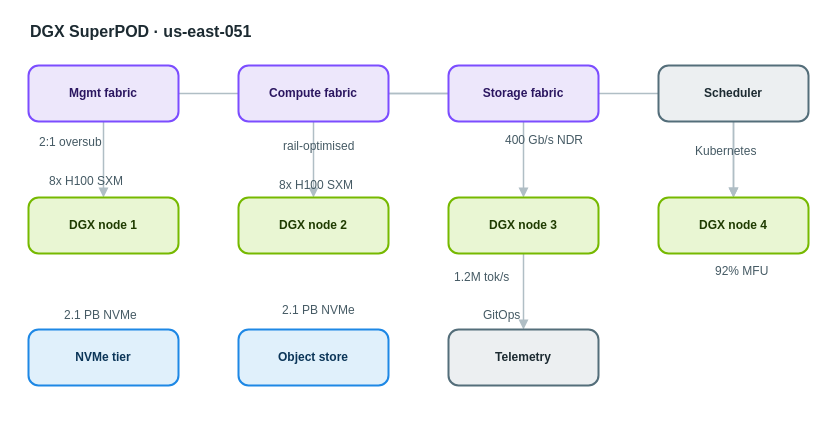
This is apps/web/public/samples/library/051-dgx-superpod.drawio from AryanG01/open-apprentice, a draw.io file, before an edit. Source tidied: cells renumbered, new cells numbered last; positions are measured from the earlier drawing's top-left corner, leaving out a move shared by most shapes. Both pictures are drawn from the tidied source at 100%, with x=0, y=0 at pixel (28, 17).
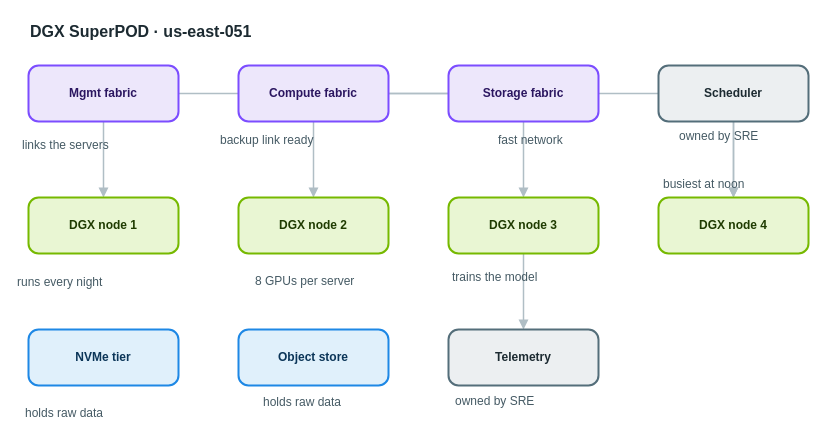
Above is the later version.

What changed in the source:
```diff
@@
-    <mxCell id="20" value="2:1 oversub" style="text;html=1;align=left;verticalAlign=top;whiteSpace=nowrap;spacing=0;spacingTop=0;strokeColor=none;fillColor=none;fontSize=12;fontColor=#455a64;" parent="1" vertex="1">
-      <mxGeometry x="11" y="113" width="89" height="20" as="geometry" />
+    <mxCell id="20" value="links the servers" style="text;html=1;align=left;verticalAlign=top;whiteSpace=nowrap;spacing=0;spacingTop=0;strokeColor=none;fillColor=none;fontSize=12;fontColor=#455a64;" parent="1" vertex="1">
+      <mxGeometry x="-6" y="116" width="131" height="20" as="geometry" />
     </mxCell>
-    <mxCell id="21" value="rail-optimised" style="text;html=1;align=left;verticalAlign=top;whiteSpace=nowrap;spacing=0;spacingTop=0;strokeColor=none;fillColor=none;fontSize=12;fontColor=#455a64;" parent="1" vertex="1">
-      <mxGeometry x="255" y="117" width="110" height="20" as="geometry" />
+    <mxCell id="21" value="backup link ready" style="text;html=1;align=left;verticalAlign=top;whiteSpace=nowrap;spacing=0;spacingTop=0;strokeColor=none;fillColor=none;fontSize=12;fontColor=#455a64;" parent="1" vertex="1">
+      <mxGeometry x="192" y="111" width="131" height="20" as="geometry" />
     </mxCell>
-    <mxCell id="22" value="400 Gb/s NDR" style="text;html=1;align=left;verticalAlign=top;whiteSpace=nowrap;spacing=0;spacingTop=0;strokeColor=none;fillColor=none;fontSize=12;fontColor=#455a64;" parent="1" vertex="1">
-      <mxGeometry x="477" y="111" width="96" height="20" as="geometry" />
+    <mxCell id="22" value="fast network" style="text;html=1;align=left;verticalAlign=top;whiteSpace=nowrap;spacing=0;spacingTop=0;strokeColor=none;fillColor=none;fontSize=12;fontColor=#455a64;" parent="1" vertex="1">
+      <mxGeometry x="470" y="111" width="96" height="20" as="geometry" />
     </mxCell>
-    <mxCell id="23" value="8x H100 SXM" style="text;html=1;align=left;verticalAlign=top;whiteSpace=nowrap;spacing=0;spacingTop=0;strokeColor=none;fillColor=none;fontSize=12;fontColor=#455a64;" parent="1" vertex="1">
-      <mxGeometry x="21" y="152" width="89" height="20" as="geometry" />
+    <mxCell id="23" value="runs every night" style="text;html=1;align=left;verticalAlign=top;whiteSpace=nowrap;spacing=0;spacingTop=0;strokeColor=none;fillColor=none;fontSize=12;fontColor=#455a64;" parent="1" vertex="1">
+      <mxGeometry x="-11" y="253" width="124" height="20" as="geometry" />
     </mxCell>
-    <mxCell id="24" value="8x H100 SXM" style="text;html=1;align=left;verticalAlign=top;whiteSpace=nowrap;spacing=0;spacingTop=0;strokeColor=none;fillColor=none;fontSize=12;fontColor=#455a64;" parent="1" vertex="1">
-      <mxGeometry x="251" y="156" width="89" height="20" as="geometry" />
+    <mxCell id="24" value="8 GPUs per server" style="text;html=1;align=left;verticalAlign=top;whiteSpace=nowrap;spacing=0;spacingTop=0;strokeColor=none;fillColor=none;fontSize=12;fontColor=#455a64;" parent="1" vertex="1">
+      <mxGeometry x="227" y="252" width="131" height="20" as="geometry" />
     </mxCell>
-    <mxCell id="25" value="1.2M tok/s" style="text;html=1;align=left;verticalAlign=top;whiteSpace=nowrap;spacing=0;spacingTop=0;strokeColor=none;fillColor=none;fontSize=12;fontColor=#455a64;" parent="1" vertex="1">
-      <mxGeometry x="426" y="248" width="82" height="20" as="geometry" />
+    <mxCell id="25" value="trains the model" style="text;html=1;align=left;verticalAlign=top;whiteSpace=nowrap;spacing=0;spacingTop=0;strokeColor=none;fillColor=none;fontSize=12;fontColor=#455a64;" parent="1" vertex="1">
+      <mxGeometry x="424" y="248" width="124" height="20" as="geometry" />
     </mxCell>
-    <mxCell id="26" value="92% MFU" style="text;html=1;align=left;verticalAlign=top;whiteSpace=nowrap;spacing=0;spacingTop=0;strokeColor=none;fillColor=none;fontSize=12;fontColor=#455a64;" parent="1" vertex="1">
-      <mxGeometry x="687" y="242" width="61" height="20" as="geometry" />
+    <mxCell id="26" value="busiest at noon" style="text;html=1;align=left;verticalAlign=top;whiteSpace=nowrap;spacing=0;spacingTop=0;strokeColor=none;fillColor=none;fontSize=12;fontColor=#455a64;" parent="1" vertex="1">
+      <mxGeometry x="635" y="155" width="117" height="20" as="geometry" />
     </mxCell>
-    <mxCell id="27" value="2.1 PB NVMe" style="text;html=1;align=left;verticalAlign=top;whiteSpace=nowrap;spacing=0;spacingTop=0;strokeColor=none;fillColor=none;fontSize=12;fontColor=#455a64;" parent="1" vertex="1">
-      <mxGeometry x="36" y="286" width="89" height="20" as="geometry" />
+    <mxCell id="27" value="holds raw data" style="text;html=1;align=left;verticalAlign=top;whiteSpace=nowrap;spacing=0;spacingTop=0;strokeColor=none;fillColor=none;fontSize=12;fontColor=#455a64;" parent="1" vertex="1">
+      <mxGeometry x="-3" y="384" width="110" height="20" as="geometry" />
     </mxCell>
-    <mxCell id="28" value="2.1 PB NVMe" style="text;html=1;align=left;verticalAlign=top;whiteSpace=nowrap;spacing=0;spacingTop=0;strokeColor=none;fillColor=none;fontSize=12;fontColor=#455a64;" parent="1" vertex="1">
-      <mxGeometry x="254" y="281" width="89" height="20" as="geometry" />
+    <mxCell id="28" value="holds raw data" style="text;html=1;align=left;verticalAlign=top;whiteSpace=nowrap;spacing=0;spacingTop=0;strokeColor=none;fillColor=none;fontSize=12;fontColor=#455a64;" parent="1" vertex="1">
+      <mxGeometry x="235" y="373" width="110" height="20" as="geometry" />
     </mxCell>
-    <mxCell id="29" value="Kubernetes" style="text;html=1;align=left;verticalAlign=top;whiteSpace=nowrap;spacing=0;spacingTop=0;strokeColor=none;fillColor=none;fontSize=12;fontColor=#455a64;" parent="1" vertex="1">
-      <mxGeometry x="667" y="122" width="82" height="20" as="geometry" />
+    <mxCell id="29" value="owned by SRE" style="text;html=1;align=left;verticalAlign=top;whiteSpace=nowrap;spacing=0;spacingTop=0;strokeColor=none;fillColor=none;fontSize=12;fontColor=#455a64;" parent="1" vertex="1">
+      <mxGeometry x="651" y="107" width="96" height="20" as="geometry" />
     </mxCell>
-    <mxCell id="30" value="GitOps" style="text;html=1;align=left;verticalAlign=top;whiteSpace=nowrap;spacing=0;spacingTop=0;strokeColor=none;fillColor=none;fontSize=12;fontColor=#455a64;" parent="1" vertex="1">
-      <mxGeometry x="455" y="286" width="54" height="20" as="geometry" />
+    <mxCell id="30" value="owned by SRE" style="text;html=1;align=left;verticalAlign=top;whiteSpace=nowrap;spacing=0;spacingTop=0;strokeColor=none;fillColor=none;fontSize=12;fontColor=#455a64;" parent="1" vertex="1">
+      <mxGeometry x="427" y="372" width="96" height="20" as="geometry" />
     </mxCell>
```
